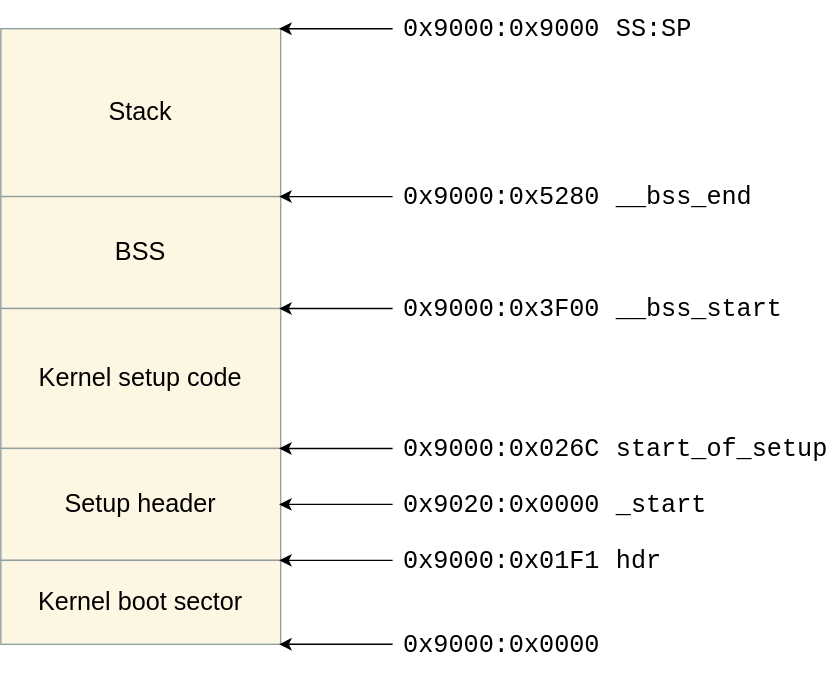
The draw.io diagram Booting/images/early-bss.svg in 0xAX/linux-insides, before a commit. Source tidied: cells renumbered, new cells last; positions are measured from the earlier drawing's top-left corner, leaving out a move shared by most shapes.
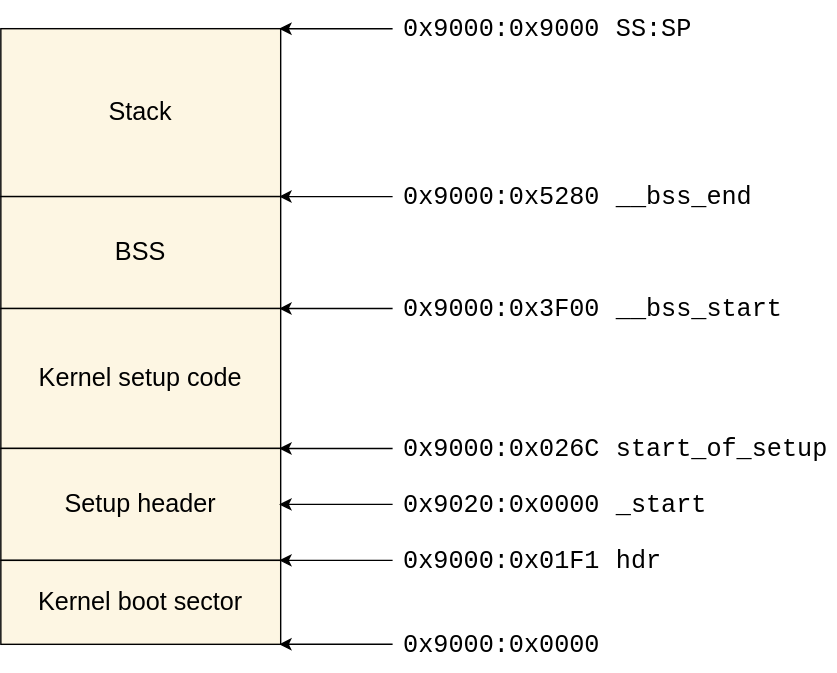
After the commit.

Commit message:
boot: unify borders on diagrams

Diff of the diagram source:
```diff
@@ -2,19 +2,19 @@
   <root>
     <mxCell id="0" />
     <mxCell id="1" parent="0" />
-    <mxCell id="2" value="Stack" style="rounded=0;whiteSpace=wrap;html=1;fillColor=#FDF6E3;strokeColor=#93A1A1;strokeWidth=1;fontColor=#000000;fontSize=18;fontFamily=Helvetica;" parent="1" vertex="1">
+    <mxCell id="2" value="Stack" style="rounded=0;whiteSpace=wrap;html=1;fillColor=#FDF6E3;strokeColor=#000000;strokeWidth=1;fontColor=#000000;fontSize=18;fontFamily=Helvetica;" parent="1" vertex="1">
       <mxGeometry y="15" width="200" height="120" as="geometry" />
     </mxCell>
-    <mxCell id="3" value="BSS" style="rounded=0;whiteSpace=wrap;html=1;fillColor=#FDF6E3;strokeColor=#93A1A1;strokeWidth=1;fontColor=#000000;fontSize=18;fontFamily=Helvetica;" parent="1" vertex="1">
+    <mxCell id="3" value="BSS" style="rounded=0;whiteSpace=wrap;html=1;fillColor=#FDF6E3;strokeColor=#000000;strokeWidth=1;fontColor=#000000;fontSize=18;fontFamily=Helvetica;" parent="1" vertex="1">
       <mxGeometry y="135" width="200" height="80" as="geometry" />
     </mxCell>
-    <mxCell id="4" value="Kernel setup code" style="rounded=0;whiteSpace=wrap;html=1;fillColor=#FDF6E3;strokeColor=#93A1A1;strokeWidth=1;fontColor=#000000;fontSize=18;fontFamily=Helvetica;" parent="1" vertex="1">
+    <mxCell id="4" value="Kernel setup code" style="rounded=0;whiteSpace=wrap;html=1;fillColor=#FDF6E3;strokeColor=#000000;strokeWidth=1;fontColor=#000000;fontSize=18;fontFamily=Helvetica;" parent="1" vertex="1">
       <mxGeometry y="215" width="200" height="100" as="geometry" />
     </mxCell>
-    <mxCell id="5" value="Setup header" style="rounded=0;whiteSpace=wrap;html=1;fillColor=#FDF6E3;strokeColor=#93A1A1;strokeWidth=1;fontColor=#000000;fontSize=18;fontFamily=Helvetica;" parent="1" vertex="1">
+    <mxCell id="5" value="Setup header" style="rounded=0;whiteSpace=wrap;html=1;fillColor=#FDF6E3;strokeColor=#000000;strokeWidth=1;fontColor=#000000;fontSize=18;fontFamily=Helvetica;" parent="1" vertex="1">
       <mxGeometry y="315" width="200" height="80" as="geometry" />
     </mxCell>
-    <mxCell id="6" value="Kernel boot sector" style="rounded=0;whiteSpace=wrap;html=1;fillColor=#FDF6E3;strokeColor=#93A1A1;strokeWidth=1;fontColor=#000000;fontSize=18;fontFamily=Helvetica;" parent="1" vertex="1">
+    <mxCell id="6" value="Kernel boot sector" style="rounded=0;whiteSpace=wrap;html=1;fillColor=#FDF6E3;strokeColor=#000000;strokeWidth=1;fontColor=#000000;fontSize=18;fontFamily=Helvetica;" parent="1" vertex="1">
       <mxGeometry y="395" width="200" height="60" as="geometry" />
     </mxCell>
     <mxCell id="7" style="edgeStyle=orthogonalEdgeStyle;rounded=0;orthogonalLoop=1;html=1;" parent="1" edge="1">
```
